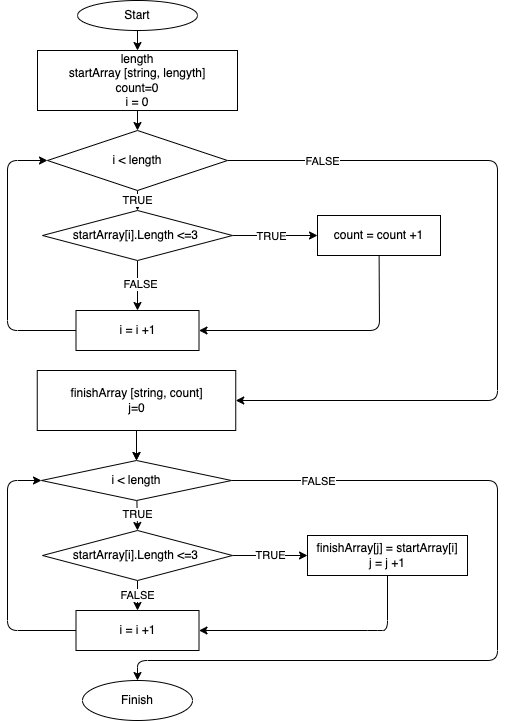
This is BlockScheme.drawio.png from afinyshka/ChoiceOfSpecialization, a draw.io export, as it was before one commit. Source tidied: cells renumbered, new cells last; positions are measured from the earlier drawing's top-left corner, leaving out a move shared by most shapes.
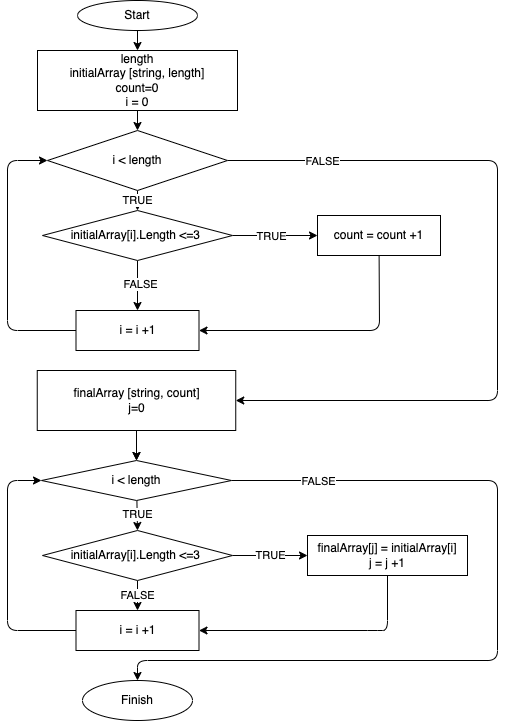
The same file after the commit.

Commit message:
change names of arrays accorfing to the program

Diff of the diagram source:
```diff
@@ -11,7 +11,7 @@
     <mxCell id="4" style="edgeStyle=none;html=1;exitX=0.5;exitY=1;exitDx=0;exitDy=0;entryX=0.5;entryY=0;entryDx=0;entryDy=0;" parent="1" edge="1" source="5" target="9">
       <mxGeometry relative="1" as="geometry" />
     </mxCell>
-    <mxCell id="5" value="length&lt;br&gt;startArray [string, lengyth]&lt;br&gt;count=0&lt;br&gt;i = 0" style="rounded=0;whiteSpace=wrap;html=1;" parent="1" vertex="1">
+    <mxCell id="5" value="length&lt;br&gt;initialArray [string, length]&lt;br&gt;count=0&lt;br&gt;i = 0" style="rounded=0;whiteSpace=wrap;html=1;" parent="1" vertex="1">
       <mxGeometry x="30" y="50" width="200" height="60" as="geometry" />
     </mxCell>
     <mxCell id="6" value="TRUE" style="edgeStyle=none;html=1;exitX=0.5;exitY=1;exitDx=0;exitDy=0;entryX=0.5;entryY=0;entryDx=0;entryDy=0;" parent="1" edge="1" source="9" target="14">
@@ -47,7 +47,7 @@
     <mxCell id="13" value="FALSE" style="edgeLabel;html=1;align=center;verticalAlign=middle;" parent="12" vertex="1">
       <mxGeometry x="-0.1" y="2" relative="1" as="geometry" />
     </mxCell>
-    <mxCell id="14" value="startArray[i].Length &amp;lt;=3&amp;nbsp;" style="rhombus;whiteSpace=wrap;html=1;" parent="1" vertex="1">
+    <mxCell id="14" value="initialArray[i].Length &amp;lt;=3&amp;nbsp;" style="rhombus;whiteSpace=wrap;html=1;" parent="1" vertex="1">
       <mxGeometry x="35" y="210" width="190" height="50" as="geometry" />
     </mxCell>
     <mxCell id="15" style="edgeStyle=none;html=1;entryX=1;entryY=0.5;entryDx=0;entryDy=0;" parent="1" edge="1" source="16" target="18">
@@ -77,7 +77,7 @@
     <mxCell id="20" style="edgeStyle=none;html=1;entryX=0.5;entryY=0;entryDx=0;entryDy=0;" parent="1" edge="1" source="21" target="26">
       <mxGeometry relative="1" as="geometry" />
     </mxCell>
-    <mxCell id="21" value="finishArray [string, count]&lt;br&gt;j=0" style="rounded=0;whiteSpace=wrap;html=1;" parent="1" vertex="1">
+    <mxCell id="21" value="finalArray [string, count]&lt;br&gt;j=0" style="rounded=0;whiteSpace=wrap;html=1;" parent="1" vertex="1">
       <mxGeometry x="29.8" y="370" width="198.5" height="60" as="geometry" />
     </mxCell>
     <mxCell id="22" style="edgeStyle=none;html=1;entryX=0.5;entryY=0;entryDx=0;entryDy=0;" parent="1" edge="1" source="26" target="31">
@@ -111,7 +111,7 @@
         </Array>
       </mxGeometry>
     </mxCell>
-    <mxCell id="28" value="finishArray[j] = startArray[i]&lt;br&gt;j = j +1" style="rounded=0;whiteSpace=wrap;html=1;" parent="1" vertex="1">
+    <mxCell id="28" value="finalArray[j] = initialArray[i]&lt;br&gt;j = j +1" style="rounded=0;whiteSpace=wrap;html=1;" parent="1" vertex="1">
       <mxGeometry x="300" y="535" width="160" height="40" as="geometry" />
     </mxCell>
     <mxCell id="29" value="TRUE" style="edgeStyle=none;html=1;entryX=0;entryY=0.5;entryDx=0;entryDy=0;" parent="1" edge="1" source="31" target="28">
@@ -120,7 +120,7 @@
     <mxCell id="30" value="FALSE" style="edgeStyle=none;html=1;entryX=0.5;entryY=0;entryDx=0;entryDy=0;" parent="1" edge="1" source="31" target="33">
       <mxGeometry relative="1" as="geometry" />
     </mxCell>
-    <mxCell id="31" value="startArray[i].Length &amp;lt;=3&amp;nbsp;" style="rhombus;whiteSpace=wrap;html=1;" parent="1" vertex="1">
+    <mxCell id="31" value="initialArray[i].Length &amp;lt;=3&amp;nbsp;" style="rhombus;whiteSpace=wrap;html=1;" parent="1" vertex="1">
       <mxGeometry x="35" y="530" width="190" height="50" as="geometry" />
     </mxCell>
     <mxCell id="32" style="edgeStyle=none;html=1;entryX=0;entryY=0.5;entryDx=0;entryDy=0;" parent="1" edge="1" source="33" target="26">
```
